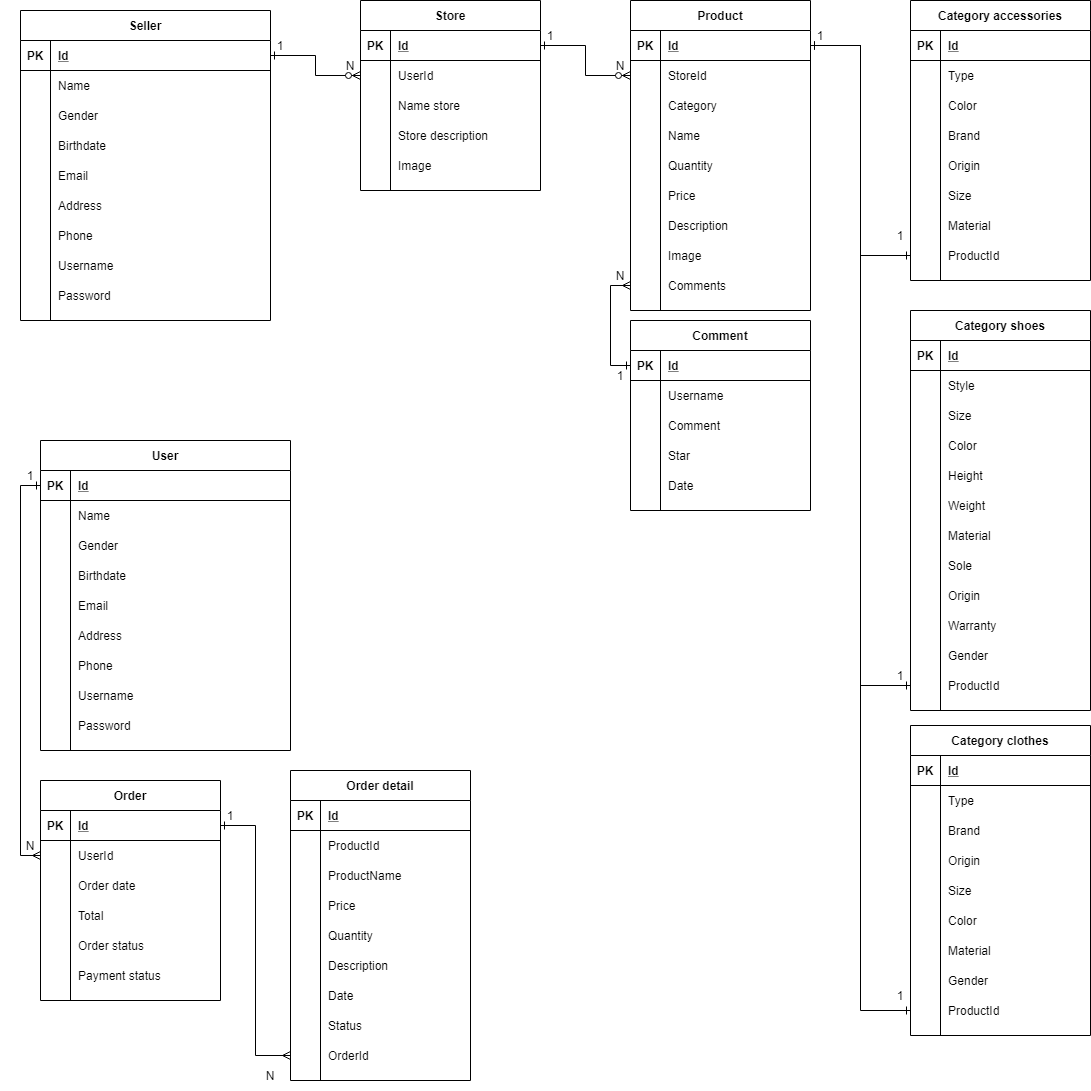
The draw.io diagram System design/DatabaseCNPMM.drawio.png in giakhangnguyenlam/CNPMM, before a commit. Source tidied: cells renumbered, new cells last; positions are measured from the earlier drawing's top-left corner, leaving out a move shared by most shapes.
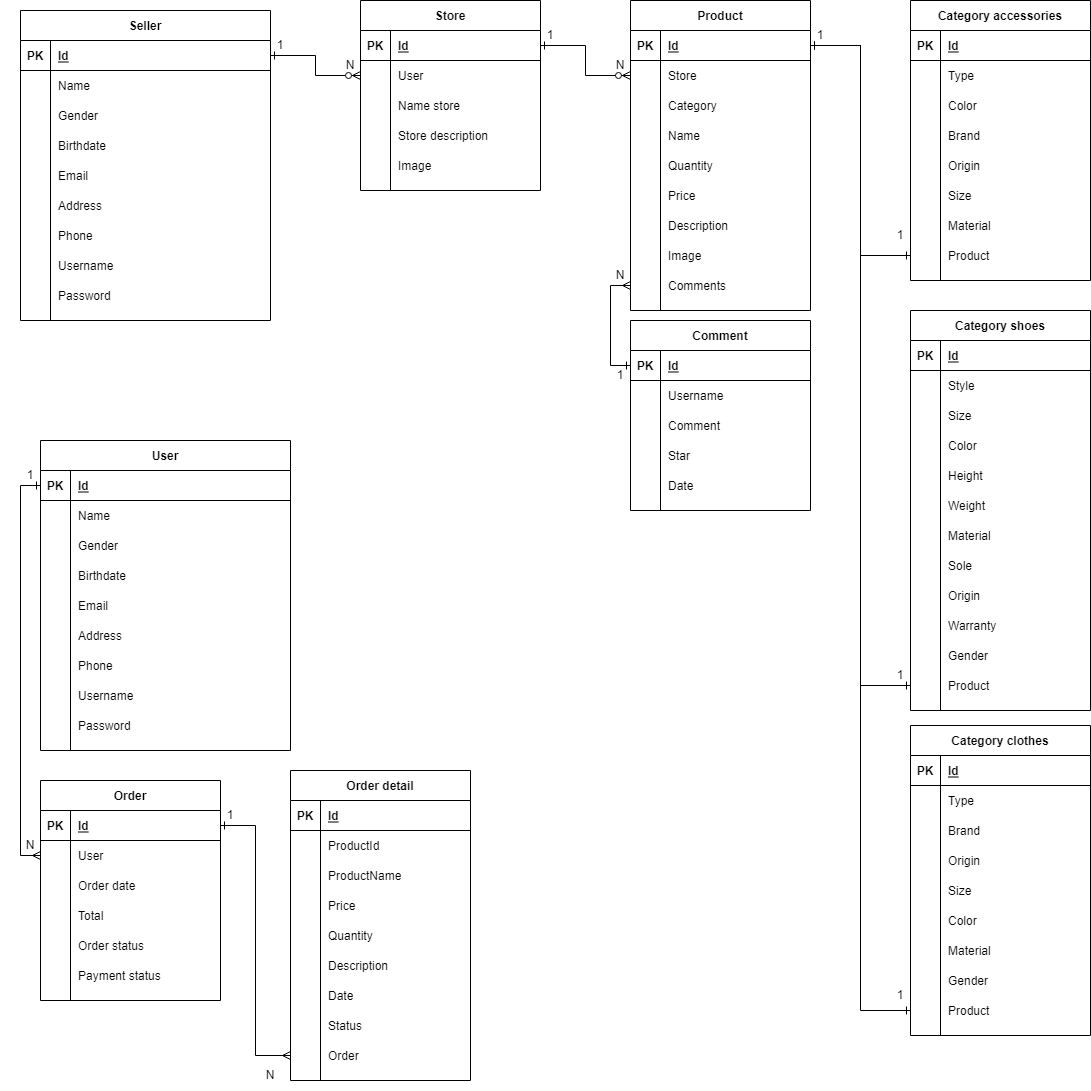
Later version of the same file.

Commit message:
update system design

Diff of the diagram source:
```diff
@@ -104,7 +104,7 @@
     <mxCell id="35" style="shape=partialRectangle;fillColor=none;top=0;left=0;bottom=0;right=0;overflow=hidden;" parent="34" vertex="1">
       <mxGeometry width="30" height="30" as="geometry" />
     </mxCell>
-    <mxCell id="36" value="UserId" style="shape=partialRectangle;fillColor=none;top=0;left=0;bottom=0;right=0;align=left;spacingLeft=6;overflow=hidden;" parent="34" vertex="1">
+    <mxCell id="36" value="User" style="shape=partialRectangle;fillColor=none;top=0;left=0;bottom=0;right=0;align=left;spacingLeft=6;overflow=hidden;" parent="34" vertex="1">
       <mxGeometry x="30" width="150" height="30" as="geometry" />
     </mxCell>
     <mxCell id="37" style="shape=partialRectangle;fillColor=none;top=0;left=0;bottom=0;right=0;" parent="30" vertex="1">
@@ -155,7 +155,7 @@
     <mxCell id="52" style="shape=partialRectangle;fillColor=none;top=0;left=0;bottom=0;right=0;overflow=hidden;" parent="51" vertex="1">
       <mxGeometry width="30" height="30" as="geometry" />
     </mxCell>
-    <mxCell id="53" value="UserId" style="shape=partialRectangle;fillColor=none;top=0;left=0;bottom=0;right=0;align=left;spacingLeft=6;overflow=hidden;" parent="51" vertex="1">
+    <mxCell id="53" value="User" style="shape=partialRectangle;fillColor=none;top=0;left=0;bottom=0;right=0;align=left;spacingLeft=6;overflow=hidden;" parent="51" vertex="1">
       <mxGeometry x="30" width="150" height="30" as="geometry" />
     </mxCell>
     <mxCell id="54" style="shape=partialRectangle;fillColor=none;top=0;left=0;bottom=0;right=0;" parent="47" vertex="1">
@@ -275,7 +275,7 @@
     <mxCell id="92" style="shape=partialRectangle;fillColor=none;top=0;left=0;bottom=0;right=0;overflow=hidden;" parent="91" vertex="1">
       <mxGeometry width="30" height="30" as="geometry" />
     </mxCell>
-    <mxCell id="93" value="OrderId" style="shape=partialRectangle;fillColor=none;top=0;left=0;bottom=0;right=0;align=left;spacingLeft=6;overflow=hidden;" parent="91" vertex="1">
+    <mxCell id="93" value="Order" style="shape=partialRectangle;fillColor=none;top=0;left=0;bottom=0;right=0;align=left;spacingLeft=6;overflow=hidden;" parent="91" vertex="1">
       <mxGeometry x="30" width="150" height="30" as="geometry" />
     </mxCell>
     <mxCell id="94" value="Product" style="shape=table;startSize=30;rowLines=0;fontStyle=1;align=center;" parent="1" vertex="1">
@@ -296,7 +296,7 @@
     <mxCell id="99" style="shape=partialRectangle;fillColor=none;top=0;left=0;bottom=0;right=0;overflow=hidden;" parent="98" vertex="1">
       <mxGeometry width="30" height="30" as="geometry" />
     </mxCell>
-    <mxCell id="100" value="StoreId" style="shape=partialRectangle;fillColor=none;top=0;left=0;bottom=0;right=0;align=left;spacingLeft=6;overflow=hidden;" parent="98" vertex="1">
+    <mxCell id="100" value="Store" style="shape=partialRectangle;fillColor=none;top=0;left=0;bottom=0;right=0;align=left;spacingLeft=6;overflow=hidden;" parent="98" vertex="1">
       <mxGeometry x="30" width="150" height="30" as="geometry" />
     </mxCell>
     <mxCell id="101" style="shape=partialRectangle;fillColor=none;top=0;left=0;bottom=0;right=0;" parent="94" vertex="1">
@@ -446,7 +446,7 @@
     <mxCell id="149" style="shape=partialRectangle;fillColor=none;top=0;left=0;bottom=0;right=0;overflow=hidden;" parent="148" vertex="1">
       <mxGeometry width="30" height="30" as="geometry" />
     </mxCell>
-    <mxCell id="150" value="ProductId" style="shape=partialRectangle;fillColor=none;top=0;left=0;bottom=0;right=0;align=left;spacingLeft=6;overflow=hidden;" parent="148" vertex="1">
+    <mxCell id="150" value="Product" style="shape=partialRectangle;fillColor=none;top=0;left=0;bottom=0;right=0;align=left;spacingLeft=6;overflow=hidden;" parent="148" vertex="1">
       <mxGeometry x="30" width="150" height="30" as="geometry" />
     </mxCell>
     <mxCell id="151" value="Category shoes" style="shape=table;startSize=30;rowLines=0;fontStyle=1;align=center;" parent="1" vertex="1">
@@ -557,7 +557,7 @@
     <mxCell id="186" style="shape=partialRectangle;fillColor=none;top=0;left=0;bottom=0;right=0;overflow=hidden;" parent="185" vertex="1">
       <mxGeometry width="30" height="30" as="geometry" />
     </mxCell>
-    <mxCell id="187" value="ProductId" style="shape=partialRectangle;fillColor=none;top=0;left=0;bottom=0;right=0;align=left;spacingLeft=6;overflow=hidden;" parent="185" vertex="1">
+    <mxCell id="187" value="Product" style="shape=partialRectangle;fillColor=none;top=0;left=0;bottom=0;right=0;align=left;spacingLeft=6;overflow=hidden;" parent="185" vertex="1">
       <mxGeometry x="30" width="150" height="30" as="geometry" />
     </mxCell>
     <mxCell id="188" value="Comment" style="shape=table;startSize=30;rowLines=0;fontStyle=1;align=center;" parent="1" vertex="1">
@@ -680,7 +680,7 @@
     <mxCell id="227" style="shape=partialRectangle;fillColor=none;top=0;left=0;bottom=0;right=0;overflow=hidden;" parent="226" vertex="1">
       <mxGeometry width="30" height="30" as="geometry" />
     </mxCell>
-    <mxCell id="228" value="ProductId" style="shape=partialRectangle;fillColor=none;top=0;left=0;bottom=0;right=0;align=left;spacingLeft=6;overflow=hidden;" parent="226" vertex="1">
+    <mxCell id="228" value="Product" style="shape=partialRectangle;fillColor=none;top=0;left=0;bottom=0;right=0;align=left;spacingLeft=6;overflow=hidden;" parent="226" vertex="1">
       <mxGeometry x="30" width="150" height="30" as="geometry" />
     </mxCell>
     <mxCell id="229" value="User" style="shape=table;startSize=30;rowLines=0;fontStyle=1;align=center;" parent="1" vertex="1">
```
